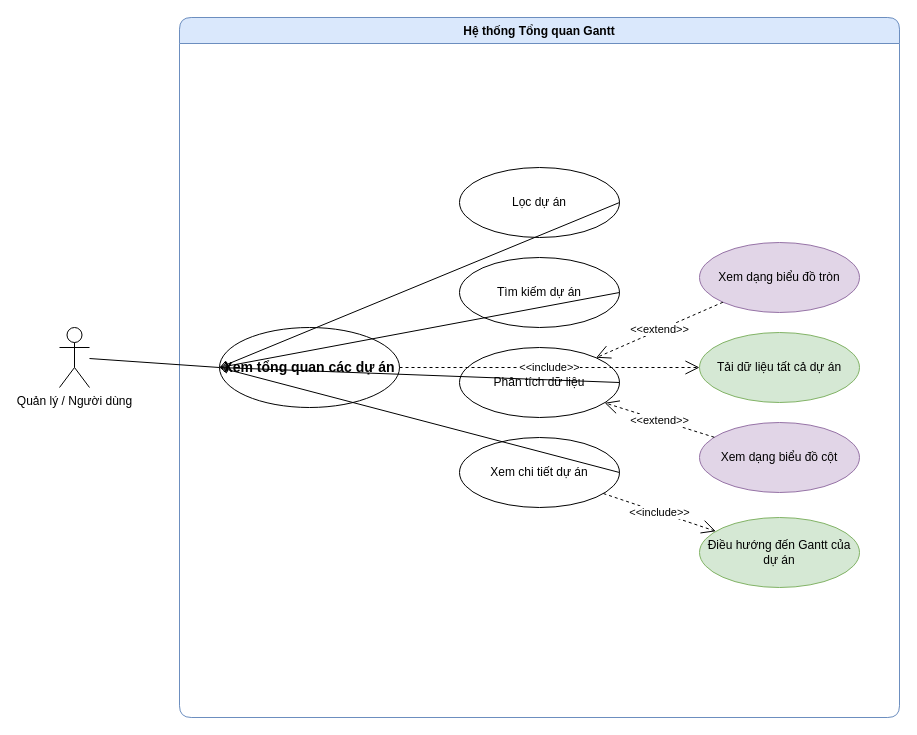
Above: drawio/USECASE/Gantt.usecase.drawio in NhatTanEDU/Web_UniPlan (draw.io), before the change. Source tidied: cells renumbered, new cells numbered last; positions are measured from the earlier drawing's top-left corner, leaving out a move shared by most shapes. Both pictures are drawn from the tidied source at 100%, with x=0, y=0 at pixel (59, 17).
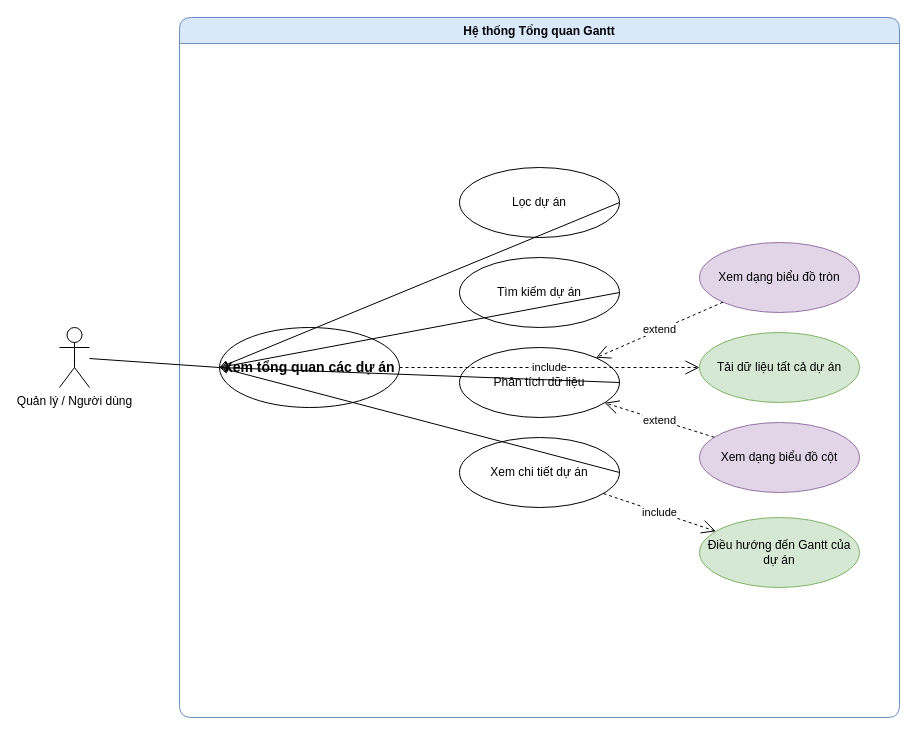
Above is the later version.

Unchanged cells that the change refers to:
```xml
<mxCell id="4" value="Xem tổng quan các dự án" style="ellipse;whiteSpace=wrap;html=1;fillColor=#ffffff;strokeColor=#000000;fontStyle=1;fontSize=14;" parent="3" vertex="1">
  <mxGeometry x="40" y="310" width="180" height="80" as="geometry" />
</mxCell>
<mxCell id="7" value="Phân tích dữ liệu" style="ellipse;whiteSpace=wrap;html=1;fillColor=#ffffff;strokeColor=#000000;" parent="3" vertex="1">
  <mxGeometry x="280" y="330" width="160" height="70" as="geometry" />
</mxCell>
<mxCell id="8" value="Xem chi tiết dự án" style="ellipse;whiteSpace=wrap;html=1;fillColor=#ffffff;strokeColor=#000000;" parent="3" vertex="1">
  <mxGeometry x="280" y="420" width="160" height="70" as="geometry" />
</mxCell>
<mxCell id="9" value="Tải dữ liệu tất cả dự án" style="ellipse;whiteSpace=wrap;html=1;fillColor=#d5e8d4;strokeColor=#82b366;" parent="3" vertex="1">
  <mxGeometry x="520" y="315" width="160" height="70" as="geometry" />
</mxCell>
<mxCell id="10" value="Xem dạng biểu đồ tròn" style="ellipse;whiteSpace=wrap;html=1;fillColor=#e1d5e7;strokeColor=#9673a6;" parent="3" vertex="1">
  <mxGeometry x="520" y="225" width="160" height="70" as="geometry" />
</mxCell>
<mxCell id="11" value="Xem dạng biểu đồ cột" style="ellipse;whiteSpace=wrap;html=1;fillColor=#e1d5e7;strokeColor=#9673a6;" parent="3" vertex="1">
  <mxGeometry x="520" y="405" width="160" height="70" as="geometry" />
</mxCell>
<mxCell id="12" value="Điều hướng đến Gantt của dự án" style="ellipse;whiteSpace=wrap;html=1;fillColor=#d5e8d4;strokeColor=#82b366;" parent="3" vertex="1">
  <mxGeometry x="520" y="500" width="160" height="70" as="geometry" />
</mxCell>
```

Change to the diagram source:
```diff
@@
-    <mxCell id="18" value="&lt;div&gt;&amp;lt;&amp;lt;include&amp;gt;&amp;gt;&lt;/div&gt;" style="endArrow=open;endSize=12;dashed=1;html=1;rounded=0;" parent="1" edge="1" source="4" target="9">
+    <mxCell id="18" value="include" style="endArrow=open;endSize=12;dashed=1;html=1;rounded=0;" parent="1" edge="1" source="4" target="9">
       <mxGeometry relative="1" as="geometry" />
     </mxCell>
-    <mxCell id="19" value="&lt;div&gt;&amp;lt;&amp;lt;extend&amp;gt;&amp;gt;&lt;/div&gt;" style="endArrow=open;endSize=12;dashed=1;html=1;rounded=0;" parent="1" edge="1" source="10" target="7">
+    <mxCell id="19" value="extend" style="endArrow=open;endSize=12;dashed=1;html=1;rounded=0;" parent="1" edge="1" source="10" target="7">
       <mxGeometry relative="1" as="geometry" />
     </mxCell>
-    <mxCell id="20" value="&lt;div&gt;&amp;lt;&amp;lt;extend&amp;gt;&amp;gt;&lt;/div&gt;" style="endArrow=open;endSize=12;dashed=1;html=1;rounded=0;" parent="1" edge="1" source="11" target="7">
+    <mxCell id="20" value="extend" style="endArrow=open;endSize=12;dashed=1;html=1;rounded=0;" parent="1" edge="1" source="11" target="7">
       <mxGeometry relative="1" as="geometry" />
     </mxCell>
-    <mxCell id="21" value="&lt;div&gt;&amp;lt;&amp;lt;include&amp;gt;&amp;gt;&lt;/div&gt;" style="endArrow=open;endSize=12;dashed=1;html=1;rounded=0;" parent="1" edge="1" source="8" target="12">
+    <mxCell id="21" value="include" style="endArrow=open;endSize=12;dashed=1;html=1;rounded=0;" parent="1" edge="1" source="8" target="12">
       <mxGeometry relative="1" as="geometry" />
     </mxCell>
```
